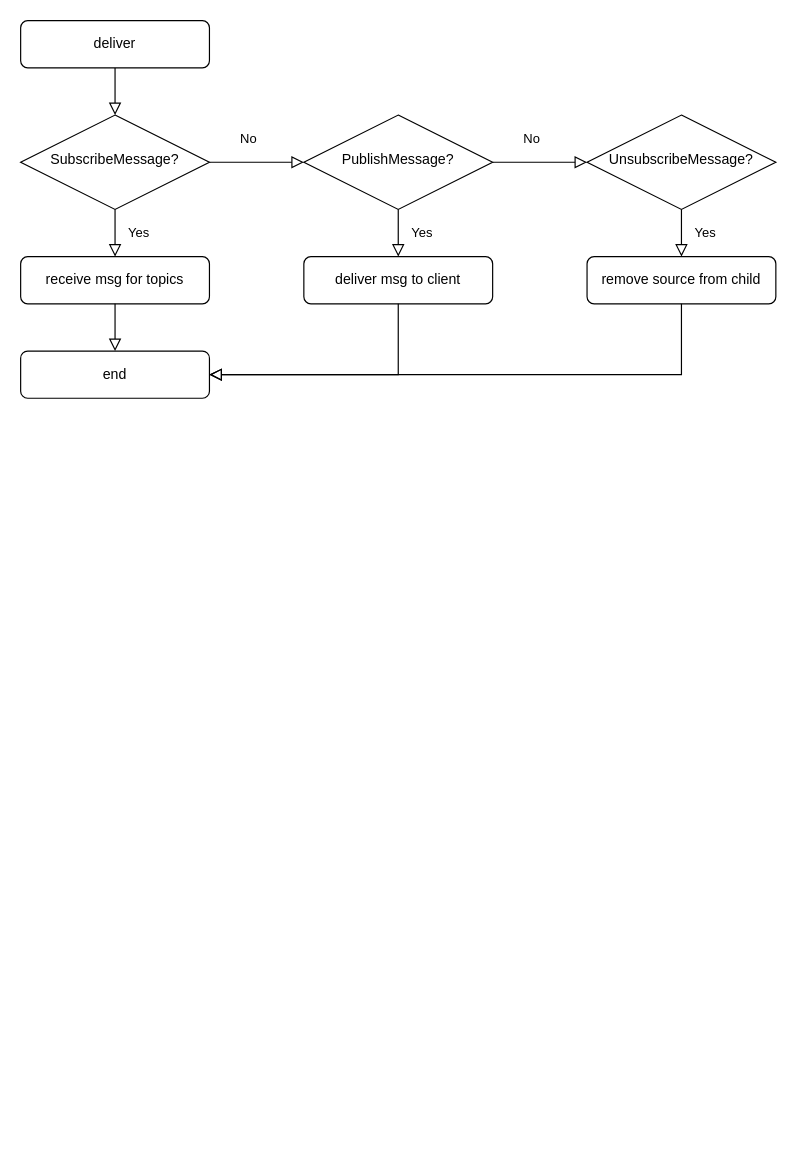
The draw.io diagram ScribeAlgorithm.drawio in OneOverThree/PastryTest, before the edit. Source tidied: cells renumbered, new cells numbered last; positions are measured from the earlier drawing's top-left corner, leaving out a move shared by most shapes. Both pictures are drawn from the tidied source at 118%, with x=0, y=0 at pixel (20, 20).
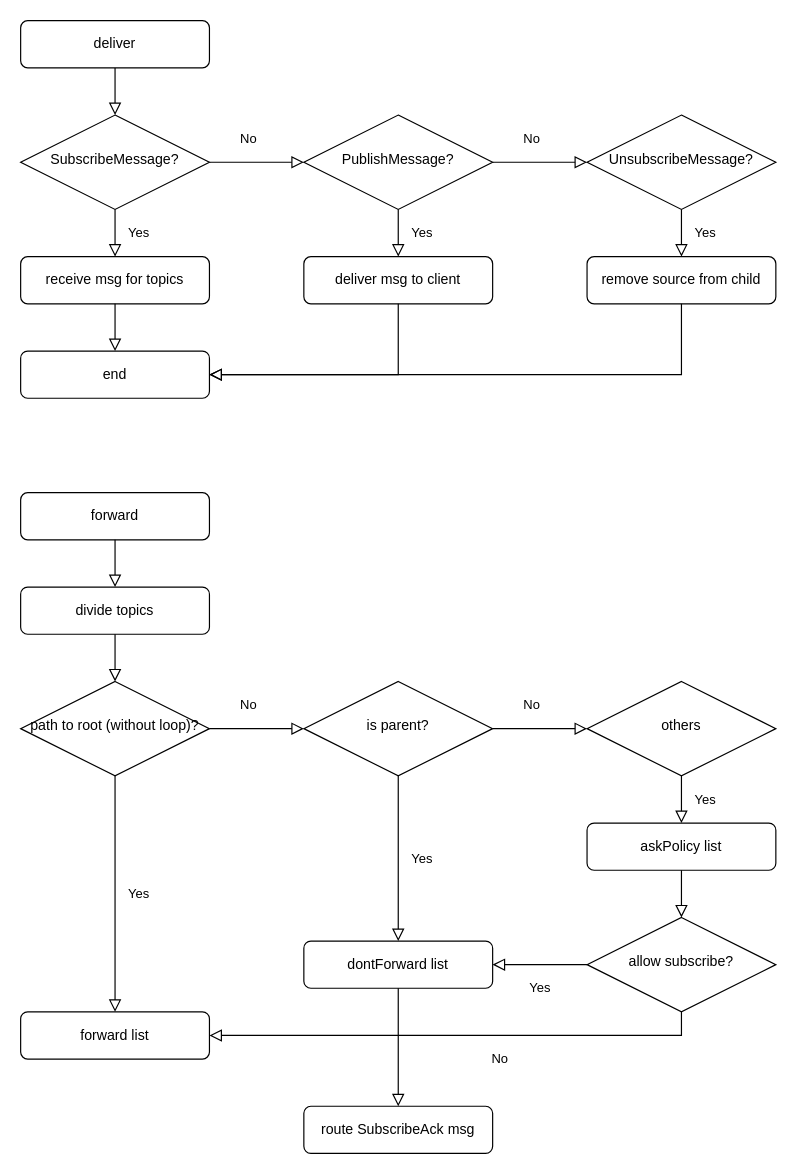
Above is the later version.

The edit, as a diff of the source:
```diff
@@
+    <mxCell id="19" value="forward" style="rounded=1;whiteSpace=wrap;html=1;fontSize=12;glass=0;strokeWidth=1;shadow=0;" parent="1" vertex="1">
+      <mxGeometry y="400" width="160" height="40" as="geometry" />
+    </mxCell>
+    <mxCell id="20" value="divide topics" style="rounded=1;whiteSpace=wrap;html=1;fontSize=12;glass=0;strokeWidth=1;shadow=0;" parent="1" vertex="1">
+      <mxGeometry y="480" width="160" height="40" as="geometry" />
+    </mxCell>
+    <mxCell id="21" value="No" style="rounded=0;html=1;jettySize=auto;fontSize=11;endArrow=block;endFill=0;endSize=8;strokeWidth=1;shadow=0;labelBackgroundColor=none;edgeStyle=orthogonalEdgeStyle;" parent="1" edge="1" source="22" target="24">
+      <mxGeometry x="-0.17" y="20" relative="1" as="geometry" />
+    </mxCell>
+    <mxCell id="22" value="path to root (without loop)?" style="rhombus;whiteSpace=wrap;html=1;shadow=0;fontFamily=Helvetica;fontSize=12;align=center;strokeWidth=1;spacing=6;spacingTop=-4;" parent="1" vertex="1">
+      <mxGeometry y="560" width="160" height="80" as="geometry" />
+    </mxCell>
+    <mxCell id="23" value="forward list" style="rounded=1;whiteSpace=wrap;html=1;fontSize=12;glass=0;strokeWidth=1;shadow=0;" parent="1" vertex="1">
+      <mxGeometry y="840" width="160" height="40" as="geometry" />
+    </mxCell>
+    <mxCell id="24" value="is parent?" style="rhombus;whiteSpace=wrap;html=1;shadow=0;fontFamily=Helvetica;fontSize=12;align=center;strokeWidth=1;spacing=6;spacingTop=-4;" parent="1" vertex="1">
+      <mxGeometry x="240" y="560" width="160" height="80" as="geometry" />
+    </mxCell>
+    <mxCell id="25" value="others" style="rhombus;whiteSpace=wrap;html=1;shadow=0;fontFamily=Helvetica;fontSize=12;align=center;strokeWidth=1;spacing=6;spacingTop=-4;" parent="1" vertex="1">
+      <mxGeometry x="480" y="560" width="160" height="80" as="geometry" />
+    </mxCell>
+    <mxCell id="26" value="No" style="rounded=0;html=1;jettySize=auto;fontSize=11;endArrow=block;endFill=0;endSize=8;strokeWidth=1;shadow=0;labelBackgroundColor=none;edgeStyle=orthogonalEdgeStyle;exitX=1;exitY=0.5;exitDx=0;exitDy=0;entryX=0;entryY=0.5;entryDx=0;entryDy=0;" parent="1" edge="1" source="24" target="25">
+      <mxGeometry x="-0.17" y="20" relative="1" as="geometry" />
+    </mxCell>
+    <mxCell id="27" value="dontForward list" style="rounded=1;whiteSpace=wrap;html=1;fontSize=12;glass=0;strokeWidth=1;shadow=0;" parent="1" vertex="1">
+      <mxGeometry x="240" y="780" width="160" height="40" as="geometry" />
+    </mxCell>
+    <mxCell id="28" value="askPolicy list" style="rounded=1;whiteSpace=wrap;html=1;fontSize=12;glass=0;strokeWidth=1;shadow=0;" parent="1" vertex="1">
+      <mxGeometry x="480" y="680" width="160" height="40" as="geometry" />
+    </mxCell>
+    <mxCell id="29" value="Yes" style="rounded=0;html=1;jettySize=auto;fontSize=11;endArrow=block;endFill=0;endSize=8;strokeWidth=1;shadow=0;labelBackgroundColor=none;edgeStyle=orthogonalEdgeStyle;exitX=0.5;exitY=1;exitDx=0;exitDy=0;" parent="1" edge="1" source="24" target="27">
+      <mxGeometry y="20" relative="1" as="geometry" />
+    </mxCell>
+    <mxCell id="30" value="Yes" style="rounded=0;html=1;jettySize=auto;fontSize=11;endArrow=block;endFill=0;endSize=8;strokeWidth=1;shadow=0;labelBackgroundColor=none;edgeStyle=orthogonalEdgeStyle;exitX=0.5;exitY=1;exitDx=0;exitDy=0;" parent="1" edge="1" source="25" target="28">
+      <mxGeometry y="20" relative="1" as="geometry" />
+    </mxCell>
+    <mxCell id="31" value="Yes" style="rounded=0;html=1;jettySize=auto;fontSize=11;endArrow=block;endFill=0;endSize=8;strokeWidth=1;shadow=0;labelBackgroundColor=none;edgeStyle=orthogonalEdgeStyle;exitX=0.5;exitY=1;exitDx=0;exitDy=0;" parent="1" edge="1" source="22" target="23">
+      <mxGeometry y="20" relative="1" as="geometry" />
+    </mxCell>
+    <mxCell id="32" style="rounded=0;html=1;jettySize=auto;fontSize=11;endArrow=block;endFill=0;endSize=8;strokeWidth=1;shadow=0;labelBackgroundColor=none;edgeStyle=orthogonalEdgeStyle;exitX=0.5;exitY=1;exitDx=0;exitDy=0;" parent="1" edge="1" source="19" target="20">
+      <mxGeometry relative="1" as="geometry" />
+    </mxCell>
+    <mxCell id="33" style="rounded=0;html=1;jettySize=auto;fontSize=11;endArrow=block;endFill=0;endSize=8;strokeWidth=1;shadow=0;labelBackgroundColor=none;edgeStyle=orthogonalEdgeStyle;exitX=0.5;exitY=1;exitDx=0;exitDy=0;entryX=0.5;entryY=0;entryDx=0;entryDy=0;" parent="1" edge="1" source="20" target="22">
+      <mxGeometry relative="1" as="geometry" />
+    </mxCell>
+    <mxCell id="34" value="allow subscribe?" style="rhombus;whiteSpace=wrap;html=1;shadow=0;fontFamily=Helvetica;fontSize=12;align=center;strokeWidth=1;spacing=6;spacingTop=-4;" parent="1" vertex="1">
+      <mxGeometry x="480" y="760" width="160" height="80" as="geometry" />
+    </mxCell>
+    <mxCell id="35" style="rounded=0;html=1;jettySize=auto;fontSize=11;endArrow=block;endFill=0;endSize=8;strokeWidth=1;shadow=0;labelBackgroundColor=none;edgeStyle=orthogonalEdgeStyle;exitX=0.5;exitY=1;exitDx=0;exitDy=0;" parent="1" edge="1" source="28" target="34">
+      <mxGeometry relative="1" as="geometry" />
+    </mxCell>
+    <mxCell id="36" value="No" style="rounded=0;html=1;jettySize=auto;fontSize=11;endArrow=block;endFill=0;endSize=8;strokeWidth=1;shadow=0;labelBackgroundColor=none;edgeStyle=orthogonalEdgeStyle;exitX=0.5;exitY=1;exitDx=0;exitDy=0;" parent="1" edge="1" source="34" target="23">
+      <mxGeometry x="-0.17" y="20" relative="1" as="geometry" />
+    </mxCell>
+    <mxCell id="37" value="Yes" style="rounded=0;html=1;jettySize=auto;fontSize=11;endArrow=block;endFill=0;endSize=8;strokeWidth=1;shadow=0;labelBackgroundColor=none;edgeStyle=orthogonalEdgeStyle;" parent="1" edge="1" source="34" target="27">
+      <mxGeometry y="20" relative="1" as="geometry" />
+    </mxCell>
+    <mxCell id="38" value="route SubscribeAck msg" style="rounded=1;whiteSpace=wrap;html=1;fontSize=12;glass=0;strokeWidth=1;shadow=0;" parent="1" vertex="1">
+      <mxGeometry x="240" y="920" width="160" height="40" as="geometry" />
+    </mxCell>
+    <mxCell id="39" style="rounded=0;html=1;jettySize=auto;fontSize=11;endArrow=block;endFill=0;endSize=8;strokeWidth=1;shadow=0;labelBackgroundColor=none;edgeStyle=orthogonalEdgeStyle;exitX=0.5;exitY=1;exitDx=0;exitDy=0;" parent="1" edge="1" source="27" target="38">
+      <mxGeometry relative="1" as="geometry" />
+    </mxCell>
```
